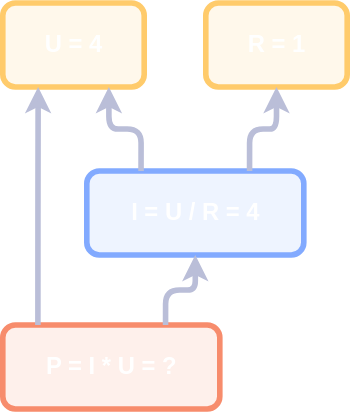
Above: drawio/urip_2.drawio.svg in alfertev2014/holyjs-2026-autumn (draw.io), before the change. Source tidied: cells renumbered, new cells last; positions are measured from the earlier drawing's top-left corner, leaving out a move shared by most shapes. Its diagram source:
```xml
<mxGraphModel>
  <root>
    <mxCell id="0" />
    <mxCell id="1" parent="0" />
    <mxCell id="2" value="&lt;span style=&quot;color: light-dark(rgb(255, 255, 255), rgb(255, 255, 255));&quot;&gt;U = 4&lt;/span&gt;" style="rounded=1;whiteSpace=wrap;html=1;roundedPerimeter=1;strokeWidth=4;strokeColor=light-dark(#FFCB6B,#FFCB6B);fillColor=light-dark(#FFCB6B22,#FFCB6B22);fontSize=17;fontStyle=1;" parent="1" vertex="1">
      <mxGeometry width="101" height="60" as="geometry" />
    </mxCell>
    <mxCell id="3" value="&lt;span style=&quot;color: light-dark(rgb(255, 255, 255), rgb(255, 255, 255));&quot;&gt;R = 1&lt;/span&gt;" style="rounded=1;whiteSpace=wrap;html=1;roundedPerimeter=1;strokeWidth=4;strokeColor=light-dark(#FFCB6B,#FFCB6B);fillColor=light-dark(#FFCB6B22,#FFCB6B22);fontSize=17;fontStyle=1;" parent="1" vertex="1">
      <mxGeometry x="145" width="101" height="60" as="geometry" />
    </mxCell>
    <mxCell id="4" value="&lt;span style=&quot;color: light-dark(rgb(255, 255, 255), rgb(255, 255, 255));&quot;&gt;I = U / R = 4&lt;/span&gt;" style="rounded=1;whiteSpace=wrap;html=1;roundedPerimeter=1;strokeWidth=4;strokeColor=light-dark(#82AAFF,#82AAFF);fillColor=light-dark(#82AAFF22,#82AAFF22);fontSize=17;fontStyle=1;" parent="1" vertex="1">
      <mxGeometry x="60" y="120" width="155" height="60" as="geometry" />
    </mxCell>
    <mxCell id="5" value="&lt;span style=&quot;color: light-dark(rgb(255, 255, 255), rgb(255, 255, 255));&quot;&gt;P = I * U = ?&lt;/span&gt;" style="rounded=1;whiteSpace=wrap;html=1;roundedPerimeter=1;strokeWidth=4;strokeColor=light-dark(#F78C6C,#F78C6C);fillColor=light-dark(#F78C6C22,#F78C6C22);fontSize=17;fontStyle=1;" parent="1" vertex="1">
      <mxGeometry y="230" width="155" height="60" as="geometry" />
    </mxCell>
    <mxCell id="6" style="endArrow=classic;html=1;strokeWidth=4;strokeColor=light-dark(#BABED8,#BABED8);edgeStyle=orthogonalEdgeStyle;exitX=0.25;exitY=0;exitDx=0;exitDy=0;entryX=0.75;entryY=1;entryDx=0;entryDy=0;" parent="1" edge="1" source="4" target="2">
      <mxGeometry relative="1" as="geometry" />
    </mxCell>
    <mxCell id="7" style="endArrow=classic;html=1;strokeWidth=4;strokeColor=light-dark(#BABED8,#BABED8);edgeStyle=orthogonalEdgeStyle;exitX=0.75;exitY=0;exitDx=0;exitDy=0;entryX=0.5;entryY=1;entryDx=0;entryDy=0;" parent="1" edge="1" source="4" target="3">
      <mxGeometry relative="1" as="geometry" />
    </mxCell>
    <mxCell id="8" style="endArrow=classic;html=1;strokeWidth=4;strokeColor=light-dark(#BABED8,#BABED8);edgeStyle=orthogonalEdgeStyle;exitX=0.75;exitY=0;exitDx=0;exitDy=0;entryX=0.5;entryY=1;entryDx=0;entryDy=0;" parent="1" edge="1" source="5" target="4">
      <mxGeometry relative="1" as="geometry" />
    </mxCell>
    <mxCell id="9" style="endArrow=classic;html=1;strokeWidth=4;strokeColor=light-dark(#BABED8,#BABED8);edgeStyle=orthogonalEdgeStyle;entryX=0.25;entryY=1;entryDx=0;entryDy=0;exitX=0.201;exitY=0.058;exitDx=0;exitDy=0;" parent="1" edge="1" source="5" target="2">
      <mxGeometry relative="1" as="geometry" />
    </mxCell>
  </root>
</mxGraphModel>
```
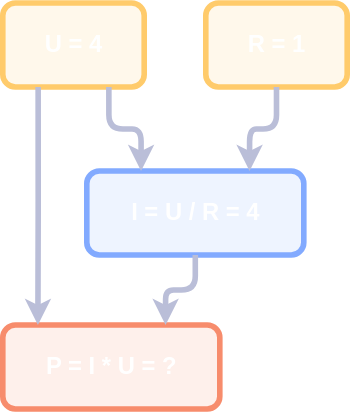
The same file after the commit.

Change to the diagram source:
```diff
@@ -14,16 +14,16 @@
     <mxCell id="5" value="&lt;span style=&quot;color: light-dark(rgb(255, 255, 255), rgb(255, 255, 255));&quot;&gt;P = I * U = ?&lt;/span&gt;" style="rounded=1;whiteSpace=wrap;html=1;roundedPerimeter=1;strokeWidth=4;strokeColor=light-dark(#F78C6C,#F78C6C);fillColor=light-dark(#F78C6C22,#F78C6C22);fontSize=17;fontStyle=1;" parent="1" vertex="1">
       <mxGeometry y="230" width="155" height="60" as="geometry" />
     </mxCell>
-    <mxCell id="6" style="endArrow=classic;html=1;strokeWidth=4;strokeColor=light-dark(#BABED8,#BABED8);edgeStyle=orthogonalEdgeStyle;exitX=0.25;exitY=0;exitDx=0;exitDy=0;entryX=0.75;entryY=1;entryDx=0;entryDy=0;" parent="1" edge="1" source="4" target="2">
+    <mxCell id="6" style="endArrow=classic;html=1;strokeWidth=4;strokeColor=light-dark(#BABED8,#BABED8);edgeStyle=orthogonalEdgeStyle;exitX=0.75;exitY=1;exitDx=0;exitDy=0;entryX=0.25;entryY=0;entryDx=0;entryDy=0;" parent="1" edge="1" source="2" target="4">
       <mxGeometry relative="1" as="geometry" />
     </mxCell>
-    <mxCell id="7" style="endArrow=classic;html=1;strokeWidth=4;strokeColor=light-dark(#BABED8,#BABED8);edgeStyle=orthogonalEdgeStyle;exitX=0.75;exitY=0;exitDx=0;exitDy=0;entryX=0.5;entryY=1;entryDx=0;entryDy=0;" parent="1" edge="1" source="4" target="3">
+    <mxCell id="7" style="endArrow=classic;html=1;strokeWidth=4;strokeColor=light-dark(#BABED8,#BABED8);edgeStyle=orthogonalEdgeStyle;exitX=0.5;exitY=1;exitDx=0;exitDy=0;entryX=0.75;entryY=0;entryDx=0;entryDy=0;" parent="1" edge="1" source="3" target="4">
       <mxGeometry relative="1" as="geometry" />
     </mxCell>
-    <mxCell id="8" style="endArrow=classic;html=1;strokeWidth=4;strokeColor=light-dark(#BABED8,#BABED8);edgeStyle=orthogonalEdgeStyle;exitX=0.75;exitY=0;exitDx=0;exitDy=0;entryX=0.5;entryY=1;entryDx=0;entryDy=0;" parent="1" edge="1" source="5" target="4">
+    <mxCell id="8" style="endArrow=classic;html=1;strokeWidth=4;strokeColor=light-dark(#BABED8,#BABED8);edgeStyle=orthogonalEdgeStyle;exitX=0.5;exitY=1;exitDx=0;exitDy=0;entryX=0.75;entryY=0;entryDx=0;entryDy=0;" parent="1" edge="1" source="4" target="5">
       <mxGeometry relative="1" as="geometry" />
     </mxCell>
-    <mxCell id="9" style="endArrow=classic;html=1;strokeWidth=4;strokeColor=light-dark(#BABED8,#BABED8);edgeStyle=orthogonalEdgeStyle;entryX=0.25;entryY=1;entryDx=0;entryDy=0;exitX=0.201;exitY=0.058;exitDx=0;exitDy=0;" parent="1" edge="1" source="5" target="2">
+    <mxCell id="9" style="endArrow=classic;html=1;strokeWidth=4;strokeColor=light-dark(#BABED8,#BABED8);edgeStyle=orthogonalEdgeStyle;entryX=0.201;entryY=0.058;entryDx=0;entryDy=0;exitX=0.25;exitY=1;exitDx=0;exitDy=0;" parent="1" edge="1" source="2" target="5">
       <mxGeometry relative="1" as="geometry" />
     </mxCell>
   </root>
```
